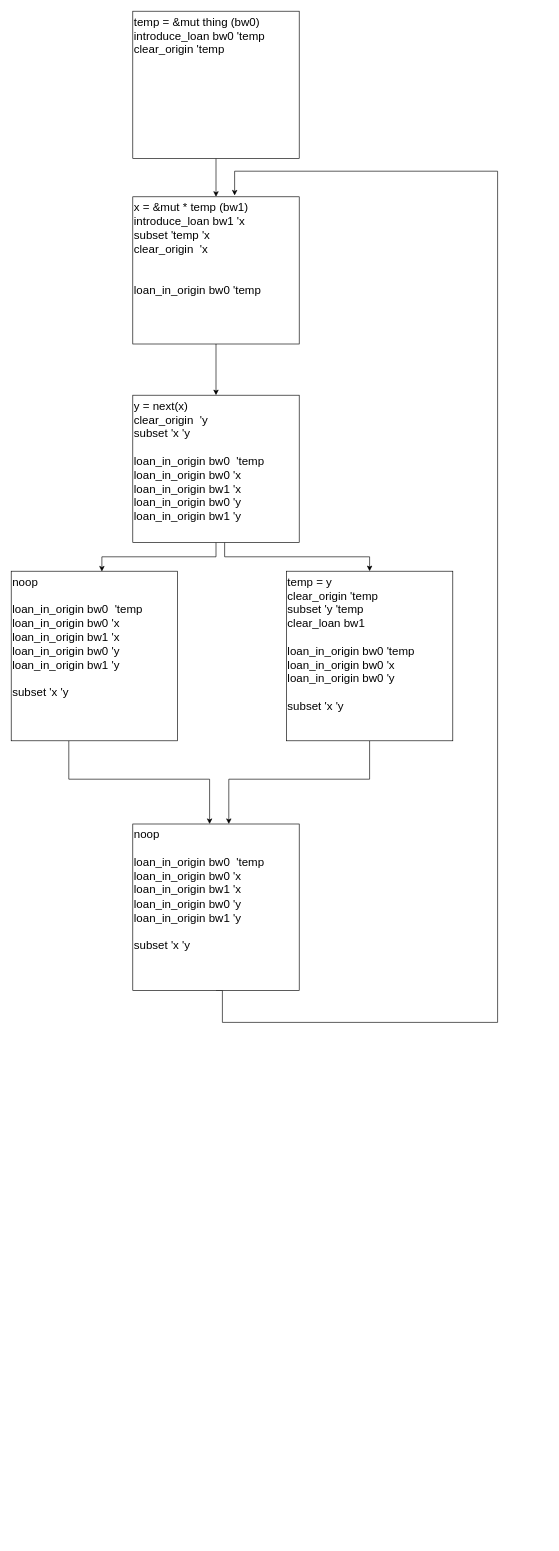
Earlier version of the draw.io diagram polonius.next/47680.drawio (lengyijun/rust-notes). Source tidied: cells renumbered, new cells numbered last; positions are measured from the earlier drawing's top-left corner, leaving out a move shared by most shapes. Both pictures are drawn from the tidied source at 64%, with x=0, y=0 at pixel (11, 11).
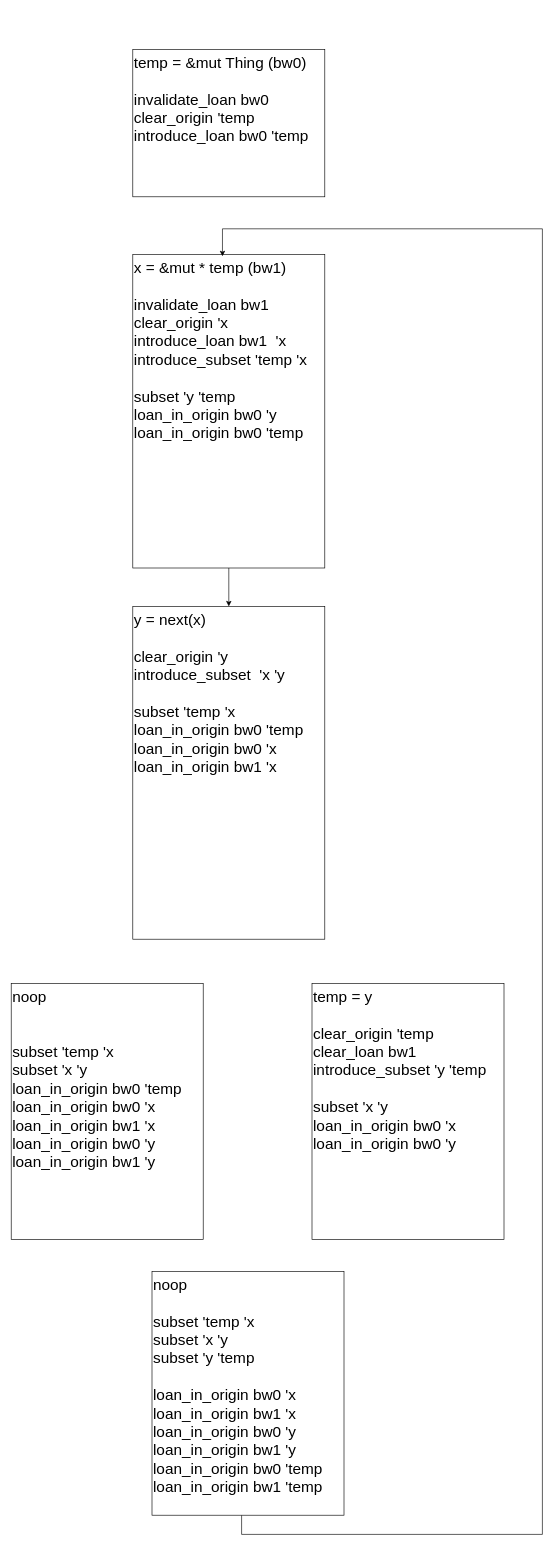
The same page after the edit.

Diff of the diagram source:
```diff
@@
-    <mxCell id="2" style="edgeStyle=orthogonalEdgeStyle;rounded=0;jettySize=auto;html=1;entryX=0.5;entryY=0;entryDx=0;entryDy=0;fontSize=18;" parent="1" edge="1" source="3" target="5">
-      <mxGeometry relative="1" as="geometry" />
-    </mxCell>
-    <mxCell id="3" value="&lt;span style=&quot;text-align: center;&quot;&gt;temp = &amp;amp;mut thing (bw0)&lt;/span&gt;&lt;br&gt;introduce_loan bw0 'temp&lt;br&gt;clear_origin 'temp" style="rounded=0;whiteSpace=wrap;html=1;fontSize=18;align=left;horizontal=1;verticalAlign=top;" parent="1" vertex="1">
-      <mxGeometry x="190" width="260" height="230" as="geometry" />
-    </mxCell>
-    <mxCell id="4" style="edgeStyle=orthogonalEdgeStyle;rounded=0;jettySize=auto;html=1;entryX=0.5;entryY=0;entryDx=0;entryDy=0;fontSize=18;" parent="1" edge="1" source="5" target="8">
-      <mxGeometry relative="1" as="geometry" />
-    </mxCell>
-    <mxCell id="5" value="x = &amp;amp;mut * temp (bw1)&lt;br&gt;introduce_loan bw1 'x&lt;br&gt;subset 'temp 'x&lt;br&gt;clear_origin&amp;nbsp; 'x&lt;br&gt;&lt;br&gt;&lt;br&gt;loan_in_origin bw0 'temp" style="rounded=0;whiteSpace=wrap;html=1;fontSize=18;verticalAlign=top;align=left;" parent="1" vertex="1">
-      <mxGeometry x="190" y="290" width="260" height="230" as="geometry" />
-    </mxCell>
-    <mxCell id="6" style="edgeStyle=orthogonalEdgeStyle;rounded=0;jettySize=auto;html=1;entryX=0.545;entryY=0.002;entryDx=0;entryDy=0;entryPerimeter=0;fontSize=18;" parent="1" edge="1" source="8" target="10">
-      <mxGeometry relative="1" as="geometry" />
-    </mxCell>
-    <mxCell id="7" style="edgeStyle=orthogonalEdgeStyle;rounded=0;jettySize=auto;html=1;fontSize=18;exitX=0.552;exitY=1;exitDx=0;exitDy=0;exitPerimeter=0;" parent="1" edge="1" source="8" target="12">
-      <mxGeometry relative="1" as="geometry" />
-    </mxCell>
-    <mxCell id="8" value="y = next(x)&lt;br&gt;clear_origin&amp;nbsp; 'y&lt;br&gt;subset 'x 'y&lt;br&gt;&lt;br&gt;loan_in_origin bw0&amp;nbsp; 'temp&lt;br&gt;loan_in_origin bw0 'x&lt;br&gt;loan_in_origin bw1 'x&lt;br&gt;loan_in_origin bw0 'y&lt;br&gt;loan_in_origin bw1 'y" style="rounded=0;whiteSpace=wrap;html=1;fontSize=18;verticalAlign=top;align=left;" parent="1" vertex="1">
-      <mxGeometry x="190" y="600" width="260" height="230" as="geometry" />
-    </mxCell>
-    <mxCell id="9" style="edgeStyle=orthogonalEdgeStyle;rounded=0;jettySize=auto;html=1;fontSize=18;" parent="1" edge="1" source="10" target="14">
-      <mxGeometry relative="1" as="geometry">
-        <Array as="points">
-          <mxPoint x="90" y="1200" />
-          <mxPoint x="310" y="1200" />
-        </Array>
-      </mxGeometry>
-    </mxCell>
-    <mxCell id="10" value="noop&lt;br&gt;&lt;br&gt;loan_in_origin bw0&amp;nbsp; 'temp&lt;br&gt;loan_in_origin bw0 'x&lt;br&gt;loan_in_origin bw1 'x&lt;br&gt;loan_in_origin bw0 'y&lt;br&gt;loan_in_origin bw1 'y&lt;br&gt;&lt;br&gt;subset 'x 'y" style="rounded=0;whiteSpace=wrap;html=1;fontSize=18;verticalAlign=top;align=left;" parent="1" vertex="1">
-      <mxGeometry y="875" width="260" height="265" as="geometry" />
-    </mxCell>
-    <mxCell id="11" style="edgeStyle=orthogonalEdgeStyle;rounded=0;jettySize=auto;html=1;fontSize=18;exitX=0.5;exitY=1;exitDx=0;exitDy=0;" parent="1" edge="1" source="12" target="14">
-      <mxGeometry relative="1" as="geometry">
-        <Array as="points">
-          <mxPoint x="560" y="1200" />
-          <mxPoint x="340" y="1200" />
-        </Array>
-      </mxGeometry>
-    </mxCell>
-    <mxCell id="12" value="temp = y&lt;br&gt;clear_origin 'temp&lt;br&gt;subset 'y 'temp&lt;br&gt;clear_loan bw1&lt;br&gt;&lt;br&gt;loan_in_origin bw0 'temp&lt;br&gt;loan_in_origin bw0 'x&lt;br&gt;loan_in_origin bw0 'y&lt;br&gt;&lt;br&gt;subset 'x 'y" style="rounded=0;whiteSpace=wrap;html=1;fontSize=18;verticalAlign=top;align=left;" parent="1" vertex="1">
-      <mxGeometry x="430" y="875" width="260" height="265" as="geometry" />
-    </mxCell>
-    <mxCell id="13" style="edgeStyle=orthogonalEdgeStyle;rounded=0;jettySize=auto;html=1;entryX=0.612;entryY=-0.009;entryDx=0;entryDy=0;entryPerimeter=0;fontSize=18;exitX=0.5;exitY=1;exitDx=0;exitDy=0;" parent="1" edge="1" source="14" target="5">
-      <mxGeometry relative="1" as="geometry">
-        <Array as="points">
-          <mxPoint x="330" y="1530" />
-          <mxPoint x="330" y="1580" />
-          <mxPoint x="760" y="1580" />
-          <mxPoint x="760" y="250" />
-          <mxPoint x="349" y="250" />
-        </Array>
-      </mxGeometry>
-    </mxCell>
-    <mxCell id="14" value="noop&lt;br&gt;&lt;br&gt;loan_in_origin bw0&amp;nbsp; 'temp&lt;br&gt;loan_in_origin bw0 'x&lt;br&gt;loan_in_origin bw1 'x&lt;br&gt;loan_in_origin bw0 'y&lt;br&gt;loan_in_origin bw1 'y&lt;br&gt;&lt;br&gt;subset 'x 'y" style="rounded=0;whiteSpace=wrap;html=1;fontSize=18;verticalAlign=top;align=left;" parent="1" vertex="1">
-      <mxGeometry x="190" y="1270" width="260" height="260" as="geometry" />
-    </mxCell>
+    <mxCell id="15" value="temp = &amp;amp;mut Thing (bw0)&lt;br&gt;&lt;br&gt;invalidate_loan bw0&lt;br&gt;clear_origin 'temp&lt;br&gt;introduce_loan bw0 'temp" style="rounded=0;whiteSpace=wrap;html=1;verticalAlign=top;align=left;fontSize=24;" parent="1" vertex="1">
+      <mxGeometry x="190" y="60" width="300" height="230" as="geometry" />
+    </mxCell>
+    <mxCell id="16" style="edgeStyle=orthogonalEdgeStyle;rounded=0;jettySize=auto;html=1;entryX=0.5;entryY=0;entryDx=0;entryDy=0;" parent="1" edge="1" source="17" target="18">
+      <mxGeometry relative="1" as="geometry" />
+    </mxCell>
+    <mxCell id="17" value="x = &amp;amp;mut * temp (bw1)&lt;br&gt;&lt;br&gt;invalidate_loan bw1&lt;br&gt;clear_origin 'x&lt;br&gt;introduce_loan bw1&amp;nbsp; 'x&lt;br&gt;introduce_subset 'temp 'x&lt;br&gt;&lt;br&gt;&lt;div&gt;subset 'y 'temp&lt;/div&gt;&lt;div&gt;&lt;span style=&quot;background-color: initial;&quot;&gt;loan_in_origin bw0 'y&lt;/span&gt;&lt;br&gt;&lt;/div&gt;&lt;div&gt;loan_in_origin bw0 'temp&lt;/div&gt;&lt;div&gt;&lt;br&gt;&lt;/div&gt;" style="rounded=0;whiteSpace=wrap;html=1;verticalAlign=top;align=left;fontSize=24;" parent="1" vertex="1">
+      <mxGeometry x="190" y="380" width="300" height="490" as="geometry" />
+    </mxCell>
+    <mxCell id="18" value="y = next(x)&lt;br&gt;&lt;br&gt;clear_origin 'y&lt;br&gt;introduce_subset&amp;nbsp; 'x 'y&lt;br&gt;&lt;br&gt;subset 'temp 'x&lt;br&gt;loan_in_origin bw0 'temp&lt;br&gt;loan_in_origin bw0 'x&lt;br&gt;loan_in_origin bw1 'x&lt;br&gt;" style="rounded=0;whiteSpace=wrap;html=1;verticalAlign=top;align=left;fontSize=24;" parent="1" vertex="1">
+      <mxGeometry x="190" y="930" width="300" height="520" as="geometry" />
+    </mxCell>
+    <mxCell id="19" value="noop&lt;br&gt;&lt;br&gt;&lt;br&gt;subset 'temp 'x&lt;br&gt;subset 'x 'y&lt;br&gt;loan_in_origin bw0 'temp&lt;br&gt;loan_in_origin bw0 'x&lt;br&gt;loan_in_origin bw1 'x&lt;br&gt;loan_in_origin bw0 'y&lt;br&gt;loan_in_origin bw1 'y" style="rounded=0;whiteSpace=wrap;html=1;verticalAlign=top;align=left;fontSize=24;" parent="1" vertex="1">
+      <mxGeometry y="1519" width="300" height="400" as="geometry" />
+    </mxCell>
+    <mxCell id="20" value="temp = y&lt;br&gt;&lt;br&gt;clear_origin 'temp&lt;br&gt;clear_loan bw1&lt;br&gt;introduce_subset 'y 'temp&lt;br&gt;&lt;br&gt;subset 'x 'y&lt;br&gt;loan_in_origin bw0 'x&lt;br&gt;loan_in_origin bw0 'y" style="rounded=0;whiteSpace=wrap;html=1;verticalAlign=top;align=left;fontSize=24;" parent="1" vertex="1">
+      <mxGeometry x="470" y="1519" width="300" height="400" as="geometry" />
+    </mxCell>
+    <mxCell id="21" style="edgeStyle=orthogonalEdgeStyle;rounded=0;jettySize=auto;html=1;entryX=0.467;entryY=0.006;entryDx=0;entryDy=0;entryPerimeter=0;" parent="1" edge="1" source="22" target="17">
+      <mxGeometry relative="1" as="geometry">
+        <Array as="points">
+          <mxPoint x="360" y="2380" />
+          <mxPoint x="830" y="2380" />
+          <mxPoint x="830" y="340" />
+          <mxPoint x="330" y="340" />
+        </Array>
+      </mxGeometry>
+    </mxCell>
+    <mxCell id="22" value="noop&lt;br&gt;&lt;br&gt;subset 'temp 'x&lt;br&gt;subset 'x 'y&lt;br&gt;subset 'y 'temp&lt;br&gt;&lt;br&gt;loan_in_origin bw0 'x&lt;br&gt;loan_in_origin bw1 'x&lt;br&gt;loan_in_origin bw0 'y&lt;br&gt;loan_in_origin bw1 'y&lt;br&gt;loan_in_origin bw0 'temp&lt;br&gt;loan_in_origin bw1 'temp" style="rounded=0;whiteSpace=wrap;html=1;verticalAlign=top;align=left;fontSize=24;" parent="1" vertex="1">
+      <mxGeometry x="220" y="1969" width="300" height="381" as="geometry" />
+    </mxCell>
```
